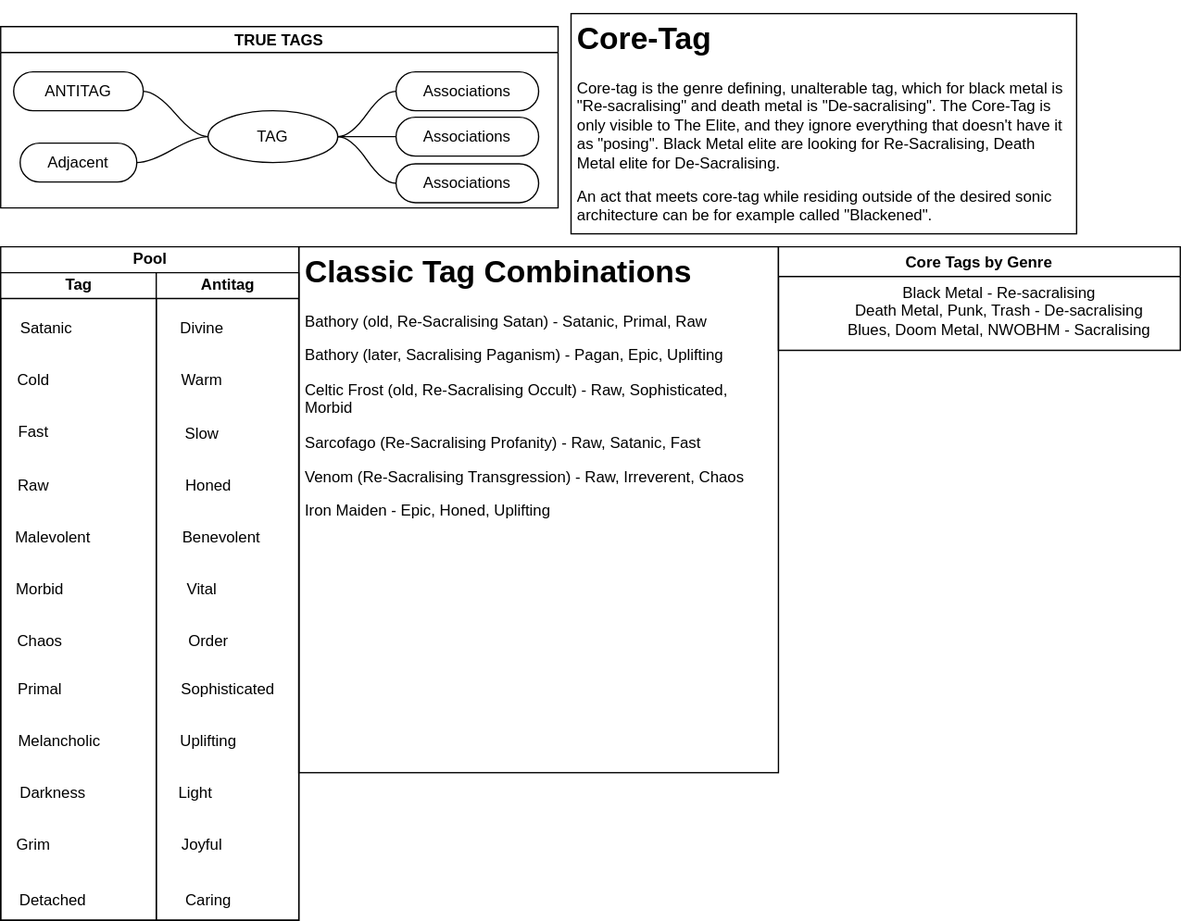
This is TheProspector/Assets/Schematics/TRUE.svg from SakuNurmiranta/TheProspector, a draw.io export, as it was before one commit. Source tidied: cells renumbered, new cells last; positions are measured from the earlier drawing's top-left corner, leaving out a move shared by most shapes.
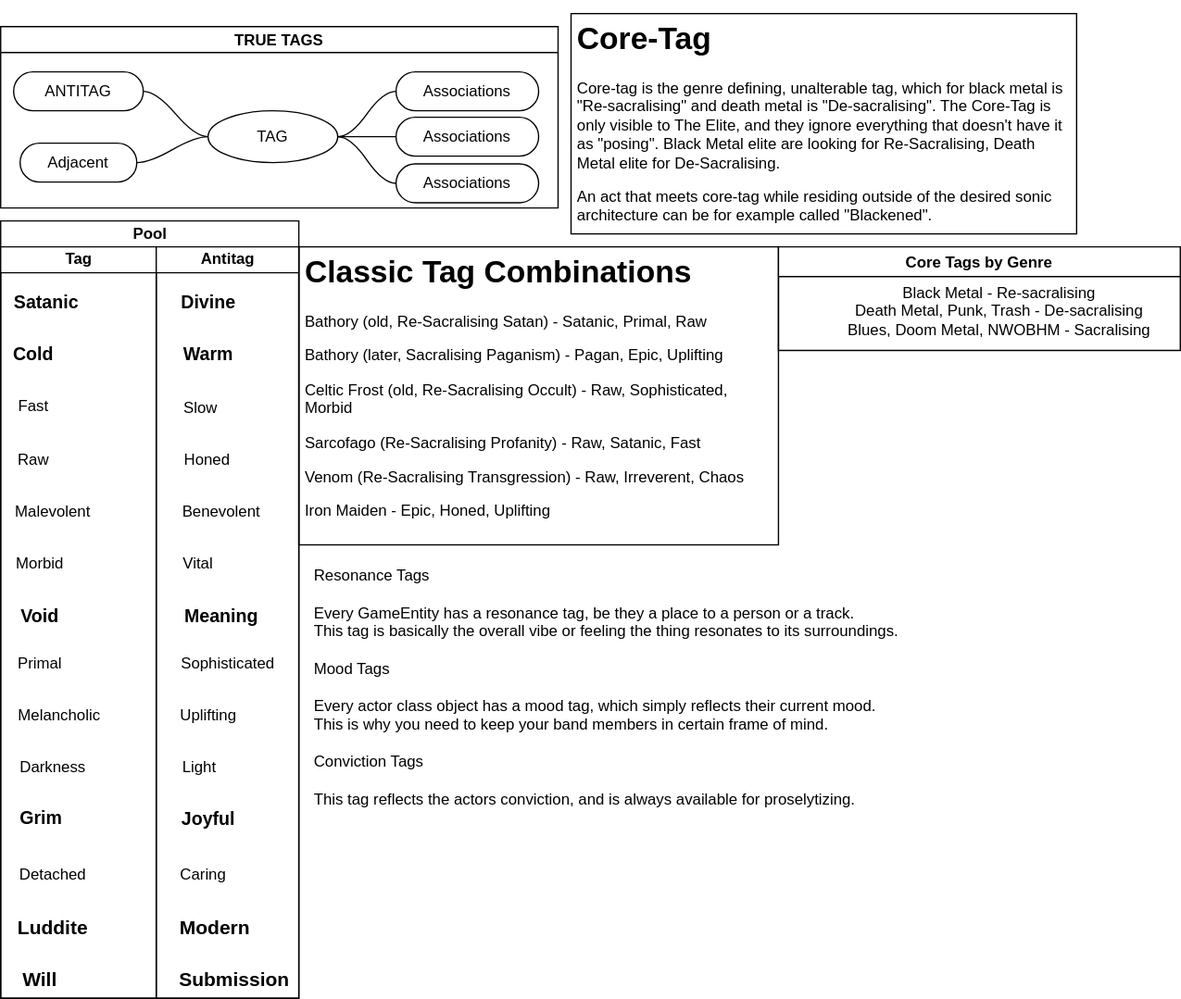
After the commit.

Commit message:
Track and Tag definations

Diff of the diagram source:
```diff
@@ -39,15 +39,15 @@
       <mxGeometry x="15" y="90" width="90" height="30" as="geometry" />
     </mxCell>
     <mxCell id="14" value="Pool" style="swimlane;startSize=20;html=1;" parent="1" vertex="1">
-      <mxGeometry y="180" width="230" height="520" as="geometry" />
+      <mxGeometry y="160" width="230" height="600" as="geometry" />
     </mxCell>
     <mxCell id="15" value="Tag" style="swimlane;startSize=20;html=1;" parent="14" vertex="1">
-      <mxGeometry y="20" width="120" height="500" as="geometry" />
+      <mxGeometry y="20" width="120" height="580" as="geometry" />
     </mxCell>
-    <mxCell id="16" value="Satanic" style="text;html=1;align=center;verticalAlign=middle;strokeColor=none;fillColor=none;" parent="15" vertex="1">
-      <mxGeometry x="5" y="28" width="60" height="30" as="geometry" />
+    <mxCell id="16" value="&lt;span style=&quot;font-size: 14px;&quot;&gt;Satanic&lt;/span&gt;" style="text;html=1;align=center;verticalAlign=middle;strokeColor=none;fillColor=none;fontSize=14;fontStyle=1;" parent="15" vertex="1">
+      <mxGeometry y="28" width="70" height="30" as="geometry" />
     </mxCell>
-    <mxCell id="17" value="Cold" style="text;html=1;align=center;verticalAlign=middle;strokeColor=none;fillColor=none;" parent="15" vertex="1">
+    <mxCell id="17" value="Cold" style="text;html=1;align=center;verticalAlign=middle;strokeColor=none;fillColor=none;fontStyle=1;fontSize=14;" parent="15" vertex="1">
       <mxGeometry y="68" width="50" height="30" as="geometry" />
     </mxCell>
     <mxCell id="18" value="Fast" style="text;html=1;align=center;verticalAlign=middle;strokeColor=none;fillColor=none;" parent="15" vertex="1">
@@ -56,8 +56,8 @@
     <mxCell id="19" value="Raw" style="text;html=1;align=center;verticalAlign=middle;strokeColor=none;fillColor=none;" parent="15" vertex="1">
       <mxGeometry y="150" width="50" height="30" as="geometry" />
     </mxCell>
-    <mxCell id="20" value="Grim" style="text;html=1;align=center;verticalAlign=middle;strokeColor=none;fillColor=none;" parent="15" vertex="1">
-      <mxGeometry y="426.5" width="50" height="30" as="geometry" />
+    <mxCell id="20" value="Grim" style="text;html=1;align=center;verticalAlign=middle;strokeColor=none;fillColor=none;fontStyle=1;fontSize=14;" parent="15" vertex="1">
+      <mxGeometry x="1" y="426" width="60" height="30" as="geometry" />
     </mxCell>
     <mxCell id="21" value="Darkness" style="text;html=1;align=center;verticalAlign=middle;strokeColor=none;fillColor=none;" parent="15" vertex="1">
       <mxGeometry x="5" y="386.5" width="70" height="30" as="geometry" />
@@ -68,8 +68,8 @@
     <mxCell id="23" value="Primal" style="text;html=1;align=center;verticalAlign=middle;strokeColor=none;fillColor=none;" parent="15" vertex="1">
       <mxGeometry y="306.5" width="60" height="30" as="geometry" />
     </mxCell>
-    <mxCell id="24" value="Chaos" style="text;html=1;align=center;verticalAlign=middle;strokeColor=none;fillColor=none;" parent="15" vertex="1">
-      <mxGeometry y="270" width="60" height="30" as="geometry" />
+    <mxCell id="24" value="Void" style="text;html=1;align=center;verticalAlign=middle;strokeColor=none;fillColor=none;fontStyle=1;fontSize=14;" parent="15" vertex="1">
+      <mxGeometry x="5" y="270" width="50" height="30" as="geometry" />
     </mxCell>
     <mxCell id="25" value="Morbid" style="text;html=1;align=center;verticalAlign=middle;strokeColor=none;fillColor=none;" parent="15" vertex="1">
       <mxGeometry y="230" width="60" height="30" as="geometry" />
@@ -80,23 +80,29 @@
     <mxCell id="27" value="Detached" style="text;html=1;align=center;verticalAlign=middle;strokeColor=none;fillColor=none;" parent="15" vertex="1">
       <mxGeometry x="5" y="470" width="70" height="30" as="geometry" />
     </mxCell>
+    <mxCell id="45" value="Luddite" style="text;html=1;align=center;verticalAlign=middle;strokeColor=none;fillColor=none;fontSize=15;fontStyle=1;" parent="15" vertex="1">
+      <mxGeometry y="510" width="80" height="30" as="geometry" />
+    </mxCell>
+    <mxCell id="46" value="Will" style="text;html=1;align=center;verticalAlign=middle;strokeColor=none;fillColor=none;fontSize=15;fontStyle=1;" parent="15" vertex="1">
+      <mxGeometry x="5" y="550" width="50" height="30" as="geometry" />
+    </mxCell>
     <mxCell id="28" value="Antitag" style="swimlane;startSize=20;html=1;" parent="14" vertex="1">
-      <mxGeometry x="120" y="20" width="110" height="500" as="geometry" />
+      <mxGeometry x="120" y="20" width="110" height="580" as="geometry" />
     </mxCell>
-    <mxCell id="29" value="Divine" style="text;html=1;align=center;verticalAlign=middle;strokeColor=none;fillColor=none;" parent="28" vertex="1">
-      <mxGeometry x="5" y="28" width="60" height="30" as="geometry" />
+    <mxCell id="29" value="&lt;span style=&quot;font-size: 14px;&quot;&gt;Divine&lt;/span&gt;" style="text;html=1;align=center;verticalAlign=middle;strokeColor=none;fillColor=none;fontSize=14;fontStyle=1;" parent="28" vertex="1">
+      <mxGeometry x="5" y="28" width="70" height="30" as="geometry" />
     </mxCell>
-    <mxCell id="30" value="Warm" style="text;html=1;align=center;verticalAlign=middle;strokeColor=none;fillColor=none;" parent="28" vertex="1">
-      <mxGeometry x="5" y="68" width="60" height="30" as="geometry" />
+    <mxCell id="30" value="Warm" style="text;html=1;align=center;verticalAlign=middle;strokeColor=none;fillColor=none;fontStyle=1;fontSize=14;" parent="28" vertex="1">
+      <mxGeometry x="10" y="68" width="60" height="30" as="geometry" />
     </mxCell>
     <mxCell id="31" value="Honed" style="text;html=1;align=center;verticalAlign=middle;strokeColor=none;fillColor=none;" parent="28" vertex="1">
-      <mxGeometry x="10" y="150" width="60" height="30" as="geometry" />
+      <mxGeometry x="9" y="150" width="60" height="30" as="geometry" />
     </mxCell>
-    <mxCell id="32" value="Joyful" style="text;html=1;align=center;verticalAlign=middle;strokeColor=none;fillColor=none;" parent="28" vertex="1">
-      <mxGeometry x="10" y="426.5" width="50" height="30" as="geometry" />
+    <mxCell id="32" value="Joyful" style="text;html=1;align=center;verticalAlign=middle;strokeColor=none;fillColor=none;fontStyle=1;fontSize=14;" parent="28" vertex="1">
+      <mxGeometry x="10" y="426.5" width="60" height="30" as="geometry" />
     </mxCell>
     <mxCell id="33" value="Light" style="text;html=1;align=center;verticalAlign=middle;strokeColor=none;fillColor=none;" parent="28" vertex="1">
-      <mxGeometry x="5" y="386.5" width="50" height="30" as="geometry" />
+      <mxGeometry x="8" y="386.5" width="50" height="30" as="geometry" />
     </mxCell>
     <mxCell id="34" value="Uplifting" style="text;html=1;align=center;verticalAlign=middle;strokeColor=none;fillColor=none;" parent="28" vertex="1">
       <mxGeometry x="5" y="346.5" width="70" height="30" as="geometry" />
@@ -104,23 +110,29 @@
     <mxCell id="35" value="Sophisticated" style="text;html=1;align=center;verticalAlign=middle;strokeColor=none;fillColor=none;" parent="28" vertex="1">
       <mxGeometry x="5" y="306.5" width="100" height="30" as="geometry" />
     </mxCell>
-    <mxCell id="36" value="Order" style="text;html=1;align=center;verticalAlign=middle;strokeColor=none;fillColor=none;" parent="28" vertex="1">
-      <mxGeometry x="15" y="270" width="50" height="30" as="geometry" />
+    <mxCell id="36" value="Meaning" style="text;html=1;align=center;verticalAlign=middle;strokeColor=none;fillColor=none;fontStyle=1;fontSize=14;" parent="28" vertex="1">
+      <mxGeometry x="10" y="270" width="80" height="30" as="geometry" />
     </mxCell>
     <mxCell id="37" value="Vital" style="text;html=1;align=center;verticalAlign=middle;strokeColor=none;fillColor=none;" parent="28" vertex="1">
-      <mxGeometry x="10" y="230" width="50" height="30" as="geometry" />
+      <mxGeometry x="7" y="230" width="50" height="30" as="geometry" />
     </mxCell>
     <mxCell id="38" value="Benevolent" style="text;html=1;align=center;verticalAlign=middle;strokeColor=none;fillColor=none;" parent="28" vertex="1">
       <mxGeometry x="10" y="190" width="80" height="30" as="geometry" />
     </mxCell>
     <mxCell id="39" value="Slow" style="text;html=1;align=center;verticalAlign=middle;strokeColor=none;fillColor=none;" parent="28" vertex="1">
-      <mxGeometry x="10" y="110" width="50" height="30" as="geometry" />
+      <mxGeometry x="9" y="110" width="50" height="30" as="geometry" />
     </mxCell>
     <mxCell id="40" value="Caring" style="text;html=1;align=center;verticalAlign=middle;strokeColor=none;fillColor=none;" parent="28" vertex="1">
-      <mxGeometry x="10" y="470" width="60" height="30" as="geometry" />
+      <mxGeometry x="6" y="470" width="60" height="30" as="geometry" />
     </mxCell>
+    <mxCell id="47" value="Modern" style="text;html=1;align=center;verticalAlign=middle;strokeColor=none;fillColor=none;fontSize=15;fontStyle=1;" parent="28" vertex="1">
+      <mxGeometry x="5" y="510" width="80" height="30" as="geometry" />
+    </mxCell>
+    <mxCell id="48" value="Submission" style="text;html=1;align=center;verticalAlign=middle;strokeColor=none;fillColor=none;fontSize=15;fontStyle=1;" parent="28" vertex="1">
+      <mxGeometry x="5" y="550" width="110" height="30" as="geometry" />
+    </mxCell>
     <mxCell id="41" value="&lt;h1&gt;Classic Tag Combinations&lt;/h1&gt;&lt;p&gt;Bathory (old, Re-Sacralising Satan) - Satanic, Primal, Raw&lt;/p&gt;&lt;p&gt;Bathory (later, Sacralising Paganism) - Pagan, Epic, Uplifting&lt;/p&gt;&lt;p&gt;Celtic Frost (old, Re-Sacralising Occult) - Raw, Sophisticated, Morbid&lt;/p&gt;&lt;p&gt;Sarcofago (Re-Sacralising Profanity) - Raw, Satanic, Fast&amp;nbsp;&lt;/p&gt;&lt;p&gt;Venom (Re-Sacralising Transgression) - Raw, Irreverent, Chaos&lt;/p&gt;&lt;p&gt;Iron Maiden - Epic, Honed, Uplifting&lt;/p&gt;" style="text;html=1;strokeColor=default;fillColor=none;spacing=5;spacingTop=-20;whiteSpace=wrap;overflow=hidden;rounded=0;" parent="1" vertex="1">
-      <mxGeometry x="230" y="180" width="370" height="406" as="geometry" />
+      <mxGeometry x="230" y="180" width="370" height="230" as="geometry" />
     </mxCell>
     <mxCell id="42" value="&lt;h1&gt;Core-Tag&lt;/h1&gt;&lt;p&gt;Core-tag is the genre defining, unalterable tag, which for black metal is &quot;Re-sacralising&quot; and death metal is &quot;De-sacralising&quot;. The Core-Tag is only visible to The Elite, and they ignore everything that doesn't have it as &quot;posing&quot;. Black Metal elite are looking for Re-Sacralising, Death Metal elite for De-Sacralising.&amp;nbsp;&lt;/p&gt;&lt;p&gt;An act that meets core-tag while residing outside of the desired sonic architecture can be for example called &quot;Blackened&quot;.&lt;/p&gt;" style="text;html=1;strokeColor=default;fillColor=none;spacing=5;spacingTop=-20;whiteSpace=wrap;overflow=hidden;rounded=0;" parent="1" vertex="1">
       <mxGeometry x="440" width="390" height="170" as="geometry" />
@@ -131,5 +143,8 @@
     <mxCell id="44" value="Black Metal - Re-sacralising&lt;br&gt;Death Metal, Punk, Trash - De-sacralising&lt;br&gt;Blues, Doom Metal, NWOBHM - Sacralising" style="text;html=1;align=center;verticalAlign=middle;strokeColor=none;fillColor=none;" parent="43" vertex="1">
       <mxGeometry x="40" y="20" width="260" height="60" as="geometry" />
     </mxCell>
+    <mxCell id="49" value="Resonance Tags&lt;br&gt;&lt;br&gt;Every GameEntity has a resonance tag, be they a place to a person or a track.&lt;br&gt;This tag is basically the overall vibe or feeling the thing resonates to its surroundings.&lt;br&gt;&lt;br&gt;Mood Tags&lt;br&gt;&lt;br&gt;Every actor class object has a mood tag, which simply reflects their current mood. &lt;br&gt;This is why you need to keep your band members in certain frame of mind.&lt;br&gt;&lt;br&gt;Conviction Tags&lt;br&gt;&lt;br&gt;This tag reflects the actors conviction, and is always available for proselytizing." style="text;html=1;align=left;verticalAlign=middle;strokeColor=none;fillColor=none;" parent="1" vertex="1">
+      <mxGeometry x="240" y="420" width="470" height="200" as="geometry" />
+    </mxCell>
   </root>
 </mxGraphModel>
```
